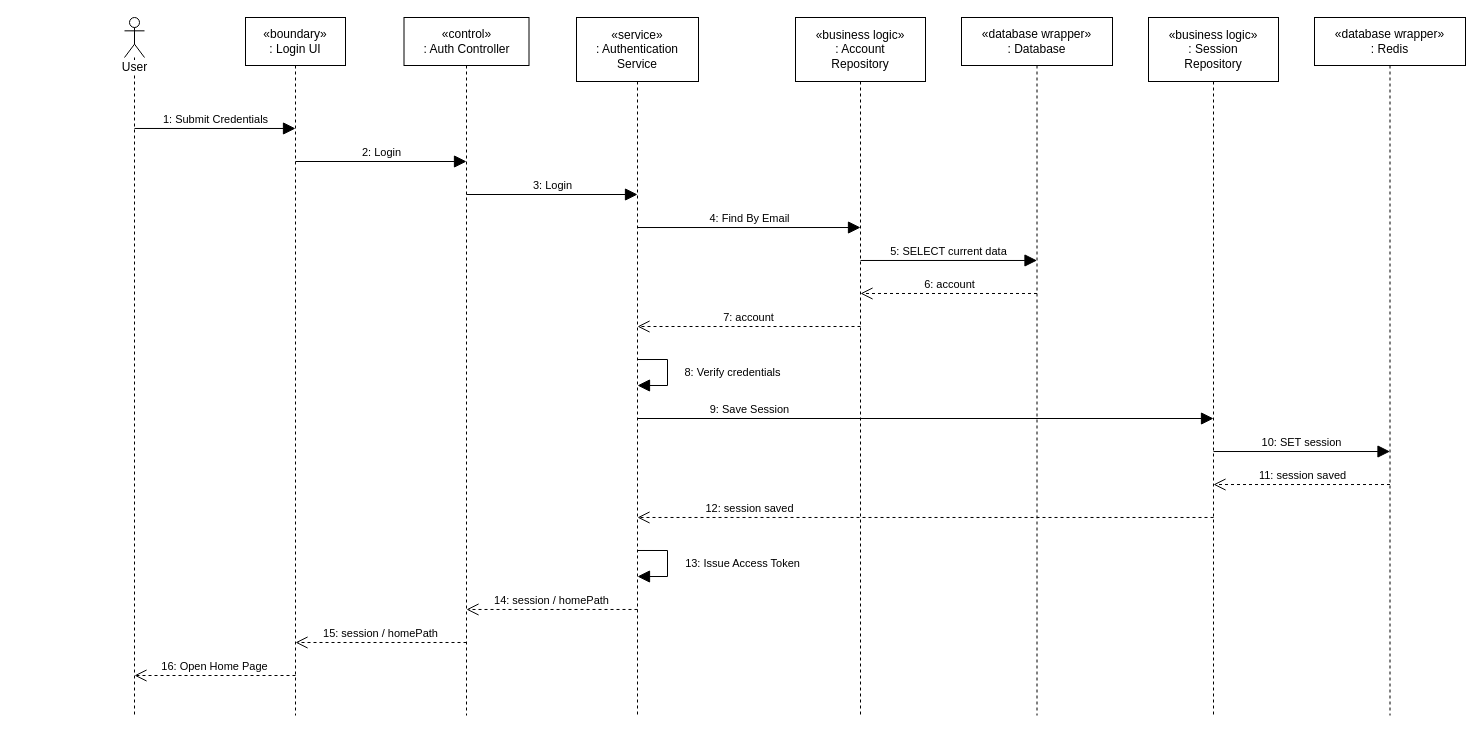
hygef-v4/AI-Powered-Learning-Platform keeps this draw.io diagram as page "Login" (2 of 10) of docs/sequence-diagrams.drawio. Above is the earlier version. Source tidied: cells renumbered, new cells numbered last; positions are measured from the earlier drawing's top-left corner, leaving out a move shared by most shapes. Both pictures are drawn from the tidied source at 100%, with x=0, y=0 at pixel (124, 17).
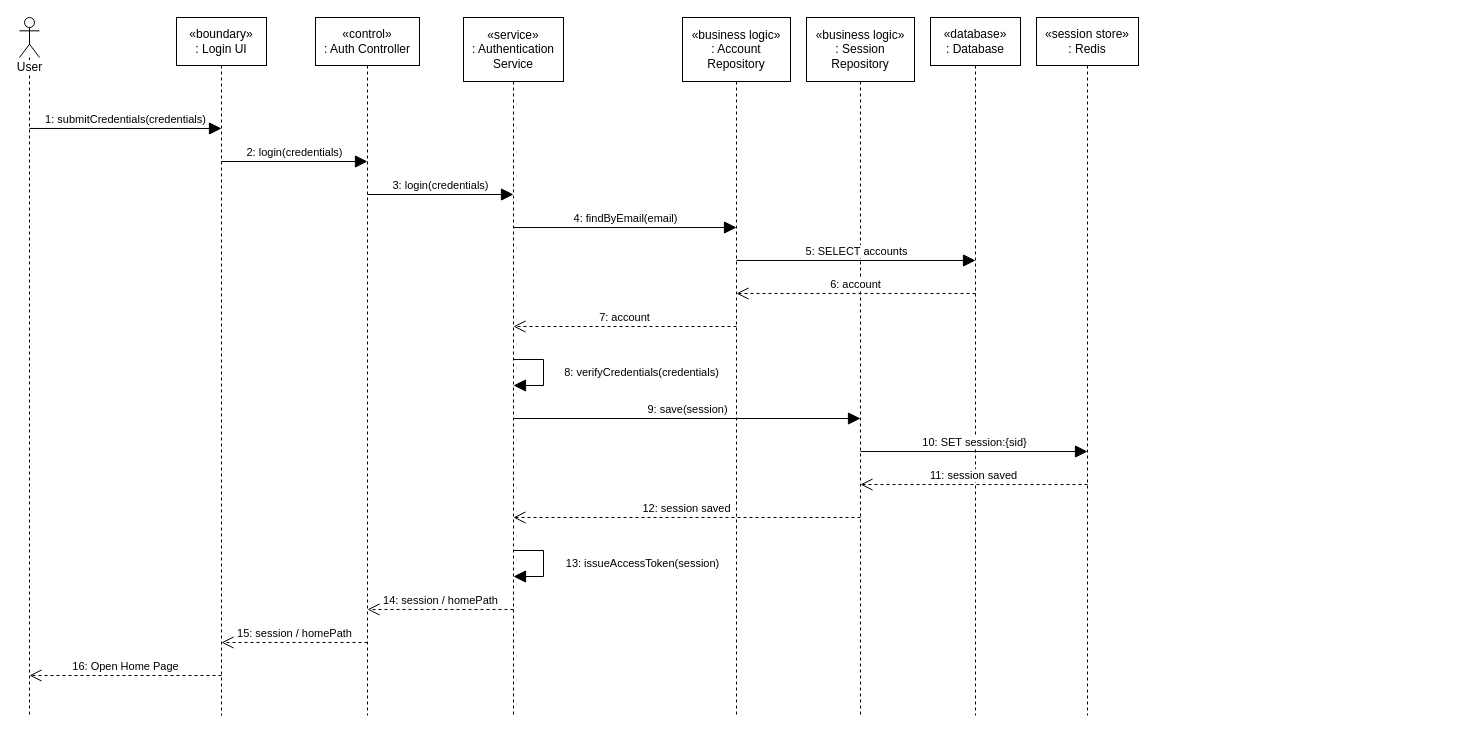
The same page after the edit.

Change to the diagram source:
```diff
@@
     <mxCell id="2" value="User" style="shape=umlLifeline;participant=umlActor;perimeter=lifelinePerimeter;whiteSpace=nowrap;html=1;verticalAlign=top;spacingTop=36;outlineConnect=0;portConstraint=eastwest;labelBackgroundColor=#ffffff;size=40;fontColor=#000000;strokeColor=#000000;" parent="1" vertex="1">
-      <mxGeometry width="20" height="698" as="geometry" />
+      <mxGeometry x="-105" width="20" height="698" as="geometry" />
     </mxCell>
     <mxCell id="3" value="«boundary»&lt;br&gt;: Login UI" style="shape=umlLifeline;perimeter=lifelinePerimeter;whiteSpace=wrap;html=1;outlineConnect=0;portConstraint=eastwest;size=48;fontColor=#000000;strokeColor=#000000;" parent="1" vertex="1">
-      <mxGeometry x="121" width="100" height="698" as="geometry" />
+      <mxGeometry x="52" width="90" height="698" as="geometry" />
     </mxCell>
     <mxCell id="4" value="«control»&lt;br&gt;: Auth Controller" style="shape=umlLifeline;perimeter=lifelinePerimeter;whiteSpace=wrap;html=1;outlineConnect=0;portConstraint=eastwest;size=48;fontColor=#000000;strokeColor=#000000;" parent="1" vertex="1">
-      <mxGeometry x="279.5" width="125" height="698" as="geometry" />
+      <mxGeometry x="191" width="104" height="698" as="geometry" />
     </mxCell>
     <mxCell id="5" value="«service»&lt;br&gt;: Authentication&lt;br&gt;Service" style="shape=umlLifeline;perimeter=lifelinePerimeter;whiteSpace=wrap;html=1;outlineConnect=0;portConstraint=eastwest;size=64;fontColor=#000000;strokeColor=#000000;" parent="1" vertex="1">
-      <mxGeometry x="452" width="122" height="698" as="geometry" />
+      <mxGeometry x="339" width="100" height="698" as="geometry" />
     </mxCell>
     <mxCell id="6" value="«business logic»&lt;br&gt;: Account&lt;br&gt;Repository" style="shape=umlLifeline;perimeter=lifelinePerimeter;whiteSpace=wrap;html=1;outlineConnect=0;portConstraint=eastwest;size=64;fontColor=#000000;strokeColor=#000000;" parent="1" vertex="1">
-      <mxGeometry x="671" width="130" height="698" as="geometry" />
+      <mxGeometry x="558" width="108" height="698" as="geometry" />
     </mxCell>
-    <mxCell id="7" value="«database wrapper»&lt;br&gt;: Database" style="shape=umlLifeline;perimeter=lifelinePerimeter;whiteSpace=wrap;html=1;outlineConnect=0;portConstraint=eastwest;size=48;fontColor=#000000;strokeColor=#000000;" parent="1" vertex="1">
-      <mxGeometry x="837" width="151" height="698" as="geometry" />
+    <mxCell id="7" value="«database»&lt;br&gt;: Database" style="shape=umlLifeline;perimeter=lifelinePerimeter;whiteSpace=wrap;html=1;outlineConnect=0;portConstraint=eastwest;size=48;fontColor=#000000;strokeColor=#000000;" parent="1" vertex="1">
+      <mxGeometry x="806" width="90" height="698" as="geometry" />
     </mxCell>
     <mxCell id="8" value="«business logic»&lt;br&gt;: Session&lt;br&gt;Repository" style="shape=umlLifeline;perimeter=lifelinePerimeter;whiteSpace=wrap;html=1;outlineConnect=0;portConstraint=eastwest;size=64;fontColor=#000000;strokeColor=#000000;" parent="1" vertex="1">
-      <mxGeometry x="1024" width="130" height="698" as="geometry" />
+      <mxGeometry x="682" width="108" height="698" as="geometry" />
     </mxCell>
-    <mxCell id="9" value="«database wrapper»&lt;br&gt;: Redis" style="shape=umlLifeline;perimeter=lifelinePerimeter;whiteSpace=wrap;html=1;outlineConnect=0;portConstraint=eastwest;size=48;fontColor=#000000;strokeColor=#000000;" parent="1" vertex="1">
-      <mxGeometry x="1190" width="151" height="698" as="geometry" />
+    <mxCell id="9" value="«session store»&lt;br&gt;: Redis" style="shape=umlLifeline;perimeter=lifelinePerimeter;whiteSpace=wrap;html=1;outlineConnect=0;portConstraint=eastwest;size=48;fontColor=#000000;strokeColor=#000000;" parent="1" vertex="1">
+      <mxGeometry x="912" width="102" height="698" as="geometry" />
     </mxCell>
-    <mxCell id="10" value="1: Submit Credentials" style="html=1;rounded=0;fontSize=11;endSize=10;labelBackgroundColor=none;endArrow=block;endFill=1;verticalAlign=bottom;exitX=0.5;exitY=0.159;exitDx=0;exitDy=0;exitPerimeter=0;entryX=0.5;entryY=0.159;entryDx=0;entryDy=0;entryPerimeter=0;fontColor=#000000;strokeColor=#000000;" parent="1" edge="1" source="2" target="3">
+    <mxCell id="10" value="1: submitCredentials(credentials)" style="html=1;rounded=0;fontSize=11;endSize=10;labelBackgroundColor=#FFFFFF;endArrow=block;endFill=1;verticalAlign=bottom;exitX=0.5;exitY=0.159;exitDx=0;exitDy=0;exitPerimeter=0;entryX=0.5;entryY=0.159;entryDx=0;entryDy=0;entryPerimeter=0;fontColor=#000000;strokeColor=#000000;" parent="1" edge="1" source="2" target="3">
       <mxGeometry relative="1" as="geometry" />
     </mxCell>
-    <mxCell id="11" value="2: Login" style="html=1;rounded=0;fontSize=11;endSize=10;labelBackgroundColor=none;endArrow=block;endFill=1;verticalAlign=bottom;exitX=0.5;exitY=0.2063;exitDx=0;exitDy=0;exitPerimeter=0;entryX=0.5;entryY=0.2063;entryDx=0;entryDy=0;entryPerimeter=0;fontColor=#000000;strokeColor=#000000;" parent="1" edge="1" source="3" target="4">
+    <mxCell id="11" value="2: login(credentials)" style="html=1;rounded=0;fontSize=11;endSize=10;labelBackgroundColor=#FFFFFF;endArrow=block;endFill=1;verticalAlign=bottom;exitX=0.5;exitY=0.2063;exitDx=0;exitDy=0;exitPerimeter=0;entryX=0.5;entryY=0.2063;entryDx=0;entryDy=0;entryPerimeter=0;fontColor=#000000;strokeColor=#000000;" parent="1" edge="1" source="3" target="4">
       <mxGeometry relative="1" as="geometry" />
     </mxCell>
-    <mxCell id="12" value="3: Login" style="html=1;rounded=0;fontSize=11;endSize=10;labelBackgroundColor=none;endArrow=block;endFill=1;verticalAlign=bottom;exitX=0.5;exitY=0.2536;exitDx=0;exitDy=0;exitPerimeter=0;entryX=0.5;entryY=0.2536;entryDx=0;entryDy=0;entryPerimeter=0;fontColor=#000000;strokeColor=#000000;" parent="1" edge="1" source="4" target="5">
+    <mxCell id="12" value="3: login(credentials)" style="html=1;rounded=0;fontSize=11;endSize=10;labelBackgroundColor=#FFFFFF;endArrow=block;endFill=1;verticalAlign=bottom;exitX=0.5;exitY=0.2536;exitDx=0;exitDy=0;exitPerimeter=0;entryX=0.5;entryY=0.2536;entryDx=0;entryDy=0;entryPerimeter=0;fontColor=#000000;strokeColor=#000000;" parent="1" edge="1" source="4" target="5">
       <mxGeometry relative="1" as="geometry" />
     </mxCell>
-    <mxCell id="13" value="4: Find By Email" style="html=1;rounded=0;fontSize=11;endSize=10;labelBackgroundColor=none;endArrow=block;endFill=1;verticalAlign=bottom;exitX=0.5;exitY=0.3009;exitDx=0;exitDy=0;exitPerimeter=0;entryX=0.5;entryY=0.3009;entryDx=0;entryDy=0;entryPerimeter=0;fontColor=#000000;strokeColor=#000000;" parent="1" edge="1" source="5" target="6">
+    <mxCell id="13" value="4: findByEmail(email)" style="html=1;rounded=0;fontSize=11;endSize=10;labelBackgroundColor=#FFFFFF;endArrow=block;endFill=1;verticalAlign=bottom;exitX=0.5;exitY=0.3009;exitDx=0;exitDy=0;exitPerimeter=0;entryX=0.5;entryY=0.3009;entryDx=0;entryDy=0;entryPerimeter=0;fontColor=#000000;strokeColor=#000000;" parent="1" edge="1" source="5" target="6">
       <mxGeometry relative="1" as="geometry" />
     </mxCell>
-    <mxCell id="14" value="5: SELECT current data" style="html=1;rounded=0;fontSize=11;endSize=10;labelBackgroundColor=none;endArrow=block;endFill=1;verticalAlign=bottom;exitX=0.5;exitY=0.3481;exitDx=0;exitDy=0;exitPerimeter=0;entryX=0.5;entryY=0.3481;entryDx=0;entryDy=0;entryPerimeter=0;fontColor=#000000;strokeColor=#000000;" parent="1" edge="1" source="6" target="7">
+    <mxCell id="14" value="5: SELECT accounts" style="html=1;rounded=0;fontSize=11;endSize=10;labelBackgroundColor=#FFFFFF;endArrow=block;endFill=1;verticalAlign=bottom;exitX=0.5;exitY=0.3481;exitDx=0;exitDy=0;exitPerimeter=0;entryX=0.5;entryY=0.3481;entryDx=0;entryDy=0;entryPerimeter=0;fontColor=#000000;strokeColor=#000000;" parent="1" edge="1" source="6" target="7">
       <mxGeometry relative="1" as="geometry" />
     </mxCell>
-    <mxCell id="15" value="6: account" style="html=1;rounded=0;fontSize=11;endSize=10;labelBackgroundColor=none;endArrow=open;endFill=0;dashed=1;verticalAlign=bottom;exitX=0.5;exitY=0.3954;exitDx=0;exitDy=0;exitPerimeter=0;entryX=0.5;entryY=0.3954;entryDx=0;entryDy=0;entryPerimeter=0;fontColor=#000000;strokeColor=#000000;" parent="1" edge="1" source="7" target="6">
+    <mxCell id="15" value="6: account" style="html=1;rounded=0;fontSize=11;endSize=10;labelBackgroundColor=#FFFFFF;endArrow=open;endFill=0;dashed=1;verticalAlign=bottom;exitX=0.5;exitY=0.3954;exitDx=0;exitDy=0;exitPerimeter=0;entryX=0.5;entryY=0.3954;entryDx=0;entryDy=0;entryPerimeter=0;fontColor=#000000;strokeColor=#000000;" parent="1" edge="1" source="7" target="6">
       <mxGeometry relative="1" as="geometry" />
     </mxCell>
-    <mxCell id="16" value="7: account" style="html=1;rounded=0;fontSize=11;endSize=10;labelBackgroundColor=none;endArrow=open;endFill=0;dashed=1;verticalAlign=bottom;exitX=0.5;exitY=0.4427;exitDx=0;exitDy=0;exitPerimeter=0;entryX=0.5;entryY=0.4427;entryDx=0;entryDy=0;entryPerimeter=0;fontColor=#000000;strokeColor=#000000;" parent="1" edge="1" source="6" target="5">
+    <mxCell id="16" value="7: account" style="html=1;rounded=0;fontSize=11;endSize=10;labelBackgroundColor=#FFFFFF;endArrow=open;endFill=0;dashed=1;verticalAlign=bottom;exitX=0.5;exitY=0.4427;exitDx=0;exitDy=0;exitPerimeter=0;entryX=0.5;entryY=0.4427;entryDx=0;entryDy=0;entryPerimeter=0;fontColor=#000000;strokeColor=#000000;" parent="1" edge="1" source="6" target="5">
       <mxGeometry relative="1" as="geometry" />
     </mxCell>
-    <mxCell id="17" value="8: Verify credentials" style="html=1;rounded=0;fontSize=11;endSize=10;labelBackgroundColor=none;endArrow=block;endFill=1;verticalAlign=middle;align=center;exitX=0.5;exitY=0.49;exitDx=0;exitDy=0;exitPerimeter=0;entryX=0.5;entryY=0.5272;entryDx=0;entryDy=0;entryPerimeter=0;fontColor=#000000;strokeColor=#000000;" parent="1" edge="1" source="5" target="5">
+    <mxCell id="17" value="8: verifyCredentials(credentials)" style="html=1;rounded=0;fontSize=11;endSize=10;labelBackgroundColor=#FFFFFF;endArrow=block;endFill=1;verticalAlign=middle;align=center;exitX=0.5;exitY=0.49;exitDx=0;exitDy=0;exitPerimeter=0;entryX=0.5;entryY=0.5272;entryDx=0;entryDy=0;entryPerimeter=0;fontColor=#000000;strokeColor=#000000;" parent="1" edge="1" source="5" target="5">
       <mxGeometry relative="1" as="geometry">
         <Array as="points">
-          <mxPoint x="543" y="342" />
-          <mxPoint x="543" y="368" />
+          <mxPoint x="419" y="342" />
+          <mxPoint x="419" y="368" />
         </Array>
-        <mxPoint x="65" as="offset" />
+        <mxPoint x="97.5" as="offset" />
       </mxGeometry>
     </mxCell>
-    <mxCell id="18" value="9: Save Session" style="html=1;rounded=0;fontSize=11;endSize=10;labelBackgroundColor=none;endArrow=block;endFill=1;verticalAlign=bottom;exitX=0.5;exitY=0.5745;exitDx=0;exitDy=0;exitPerimeter=0;entryX=0.5;entryY=0.5745;entryDx=0;entryDy=0;entryPerimeter=0;fontColor=#000000;strokeColor=#000000;" parent="1" edge="1" source="5" target="8">
-      <mxGeometry x="-0.61" relative="1" as="geometry" />
+    <mxCell id="18" value="9: save(session)" style="html=1;rounded=0;fontSize=11;endSize=10;labelBackgroundColor=#FFFFFF;endArrow=block;endFill=1;verticalAlign=bottom;exitX=0.5;exitY=0.5745;exitDx=0;exitDy=0;exitPerimeter=0;entryX=0.5;entryY=0.5745;entryDx=0;entryDy=0;entryPerimeter=0;fontColor=#000000;strokeColor=#000000;" parent="1" edge="1" source="5" target="8">
+      <mxGeometry relative="1" as="geometry" />
     </mxCell>
-    <mxCell id="19" value="10: SET session" style="html=1;rounded=0;fontSize=11;endSize=10;labelBackgroundColor=none;endArrow=block;endFill=1;verticalAlign=bottom;exitX=0.5;exitY=0.6218;exitDx=0;exitDy=0;exitPerimeter=0;entryX=0.5;entryY=0.6218;entryDx=0;entryDy=0;entryPerimeter=0;fontColor=#000000;strokeColor=#000000;" parent="1" edge="1" source="8" target="9">
+    <mxCell id="19" value="10: SET session:{sid}" style="html=1;rounded=0;fontSize=11;endSize=10;labelBackgroundColor=#FFFFFF;endArrow=block;endFill=1;verticalAlign=bottom;exitX=0.5;exitY=0.6218;exitDx=0;exitDy=0;exitPerimeter=0;entryX=0.5;entryY=0.6218;entryDx=0;entryDy=0;entryPerimeter=0;fontColor=#000000;strokeColor=#000000;" parent="1" edge="1" source="8" target="9">
       <mxGeometry relative="1" as="geometry" />
     </mxCell>
-    <mxCell id="20" value="11: session saved" style="html=1;rounded=0;fontSize=11;endSize=10;labelBackgroundColor=none;endArrow=open;endFill=0;dashed=1;verticalAlign=bottom;exitX=0.5;exitY=0.6691;exitDx=0;exitDy=0;exitPerimeter=0;entryX=0.5;entryY=0.6691;entryDx=0;entryDy=0;entryPerimeter=0;fontColor=#000000;strokeColor=#000000;" parent="1" edge="1" source="9" target="8">
+    <mxCell id="20" value="11: session saved" style="html=1;rounded=0;fontSize=11;endSize=10;labelBackgroundColor=#FFFFFF;endArrow=open;endFill=0;dashed=1;verticalAlign=bottom;exitX=0.5;exitY=0.6691;exitDx=0;exitDy=0;exitPerimeter=0;entryX=0.5;entryY=0.6691;entryDx=0;entryDy=0;entryPerimeter=0;fontColor=#000000;strokeColor=#000000;" parent="1" edge="1" source="9" target="8">
       <mxGeometry relative="1" as="geometry" />
     </mxCell>
-    <mxCell id="21" value="12: session saved" style="html=1;rounded=0;fontSize=11;endSize=10;labelBackgroundColor=none;endArrow=open;endFill=0;dashed=1;verticalAlign=bottom;exitX=0.5;exitY=0.7163;exitDx=0;exitDy=0;exitPerimeter=0;entryX=0.5;entryY=0.7163;entryDx=0;entryDy=0;entryPerimeter=0;fontColor=#000000;strokeColor=#000000;" parent="1" edge="1" source="8" target="5">
-      <mxGeometry x="0.61" relative="1" as="geometry" />
+    <mxCell id="21" value="12: session saved" style="html=1;rounded=0;fontSize=11;endSize=10;labelBackgroundColor=#FFFFFF;endArrow=open;endFill=0;dashed=1;verticalAlign=bottom;exitX=0.5;exitY=0.7163;exitDx=0;exitDy=0;exitPerimeter=0;entryX=0.5;entryY=0.7163;entryDx=0;entryDy=0;entryPerimeter=0;fontColor=#000000;strokeColor=#000000;" parent="1" edge="1" source="8" target="5">
+      <mxGeometry relative="1" as="geometry" />
     </mxCell>
-    <mxCell id="22" value="13: Issue Access Token" style="html=1;rounded=0;fontSize=11;endSize=10;labelBackgroundColor=none;endArrow=block;endFill=1;verticalAlign=middle;align=center;exitX=0.5;exitY=0.7636;exitDx=0;exitDy=0;exitPerimeter=0;entryX=0.5;entryY=0.8009;entryDx=0;entryDy=0;entryPerimeter=0;fontColor=#000000;strokeColor=#000000;" parent="1" edge="1" source="5" target="5">
+    <mxCell id="22" value="13: issueAccessToken(session)" style="html=1;rounded=0;fontSize=11;endSize=10;labelBackgroundColor=#FFFFFF;endArrow=block;endFill=1;verticalAlign=middle;align=center;exitX=0.5;exitY=0.7636;exitDx=0;exitDy=0;exitPerimeter=0;entryX=0.5;entryY=0.8009;entryDx=0;entryDy=0;entryPerimeter=0;fontColor=#000000;strokeColor=#000000;" parent="1" edge="1" source="5" target="5">
       <mxGeometry relative="1" as="geometry">
         <Array as="points">
-          <mxPoint x="543" y="533" />
-          <mxPoint x="543" y="559" />
+          <mxPoint x="419" y="533" />
+          <mxPoint x="419" y="559" />
         </Array>
-        <mxPoint x="74.5" as="offset" />
+        <mxPoint x="99" as="offset" />
       </mxGeometry>
     </mxCell>
-    <mxCell id="23" value="14: session / homePath" style="html=1;rounded=0;fontSize=11;endSize=10;labelBackgroundColor=none;endArrow=open;endFill=0;dashed=1;verticalAlign=bottom;exitX=0.5;exitY=0.8481;exitDx=0;exitDy=0;exitPerimeter=0;entryX=0.5;entryY=0.8481;entryDx=0;entryDy=0;entryPerimeter=0;fontColor=#000000;strokeColor=#000000;" parent="1" edge="1" source="5" target="4">
+    <mxCell id="23" value="14: session / homePath" style="html=1;rounded=0;fontSize=11;endSize=10;labelBackgroundColor=#FFFFFF;endArrow=open;endFill=0;dashed=1;verticalAlign=bottom;exitX=0.5;exitY=0.8481;exitDx=0;exitDy=0;exitPerimeter=0;entryX=0.5;entryY=0.8481;entryDx=0;entryDy=0;entryPerimeter=0;fontColor=#000000;strokeColor=#000000;" parent="1" edge="1" source="5" target="4">
       <mxGeometry relative="1" as="geometry" />
     </mxCell>
-    <mxCell id="24" value="15: session / homePath" style="html=1;rounded=0;fontSize=11;endSize=10;labelBackgroundColor=none;endArrow=open;endFill=0;dashed=1;verticalAlign=bottom;exitX=0.5;exitY=0.8954;exitDx=0;exitDy=0;exitPerimeter=0;entryX=0.5;entryY=0.8954;entryDx=0;entryDy=0;entryPerimeter=0;fontColor=#000000;strokeColor=#000000;" parent="1" edge="1" source="4" target="3">
+    <mxCell id="24" value="15: session / homePath" style="html=1;rounded=0;fontSize=11;endSize=10;labelBackgroundColor=#FFFFFF;endArrow=open;endFill=0;dashed=1;verticalAlign=bottom;exitX=0.5;exitY=0.8954;exitDx=0;exitDy=0;exitPerimeter=0;entryX=0.5;entryY=0.8954;entryDx=0;entryDy=0;entryPerimeter=0;fontColor=#000000;strokeColor=#000000;" parent="1" edge="1" source="4" target="3">
       <mxGeometry relative="1" as="geometry" />
     </mxCell>
-    <mxCell id="25" value="16: Open Home Page" style="html=1;rounded=0;fontSize=11;endSize=10;labelBackgroundColor=none;endArrow=open;endFill=0;dashed=1;verticalAlign=bottom;exitX=0.5;exitY=0.9427;exitDx=0;exitDy=0;exitPerimeter=0;entryX=0.5;entryY=0.9427;entryDx=0;entryDy=0;entryPerimeter=0;fontColor=#000000;strokeColor=#000000;" parent="1" edge="1" source="3" target="2">
+    <mxCell id="25" value="16: Open Home Page" style="html=1;rounded=0;fontSize=11;endSize=10;labelBackgroundColor=#FFFFFF;endArrow=open;endFill=0;dashed=1;verticalAlign=bottom;exitX=0.5;exitY=0.9427;exitDx=0;exitDy=0;exitPerimeter=0;entryX=0.5;entryY=0.9427;entryDx=0;entryDy=0;entryPerimeter=0;fontColor=#000000;strokeColor=#000000;" parent="1" edge="1" source="3" target="2">
       <mxGeometry relative="1" as="geometry" />
     </mxCell>
```
